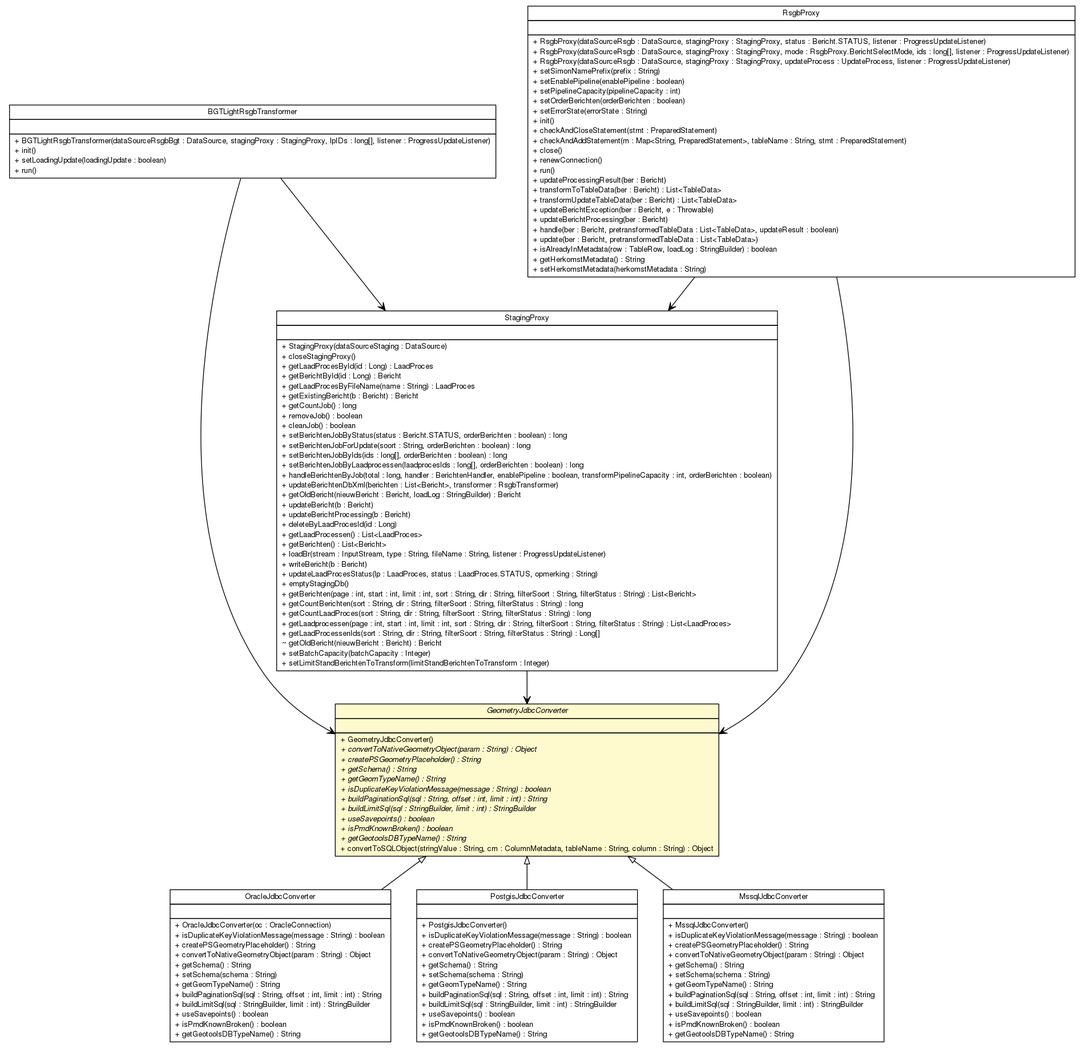
Before: brmo-loader/apidocs/nl/b3p/brmo/loader/jdbc/GeometryJdbcConverter.png, a diagram exported from Graphviz (B3Partners/brmo). Its source is kept beside it as brmo-loader/apidocs/nl/b3p/brmo/loader/jdbc/GeometryJdbcConverter.dot.
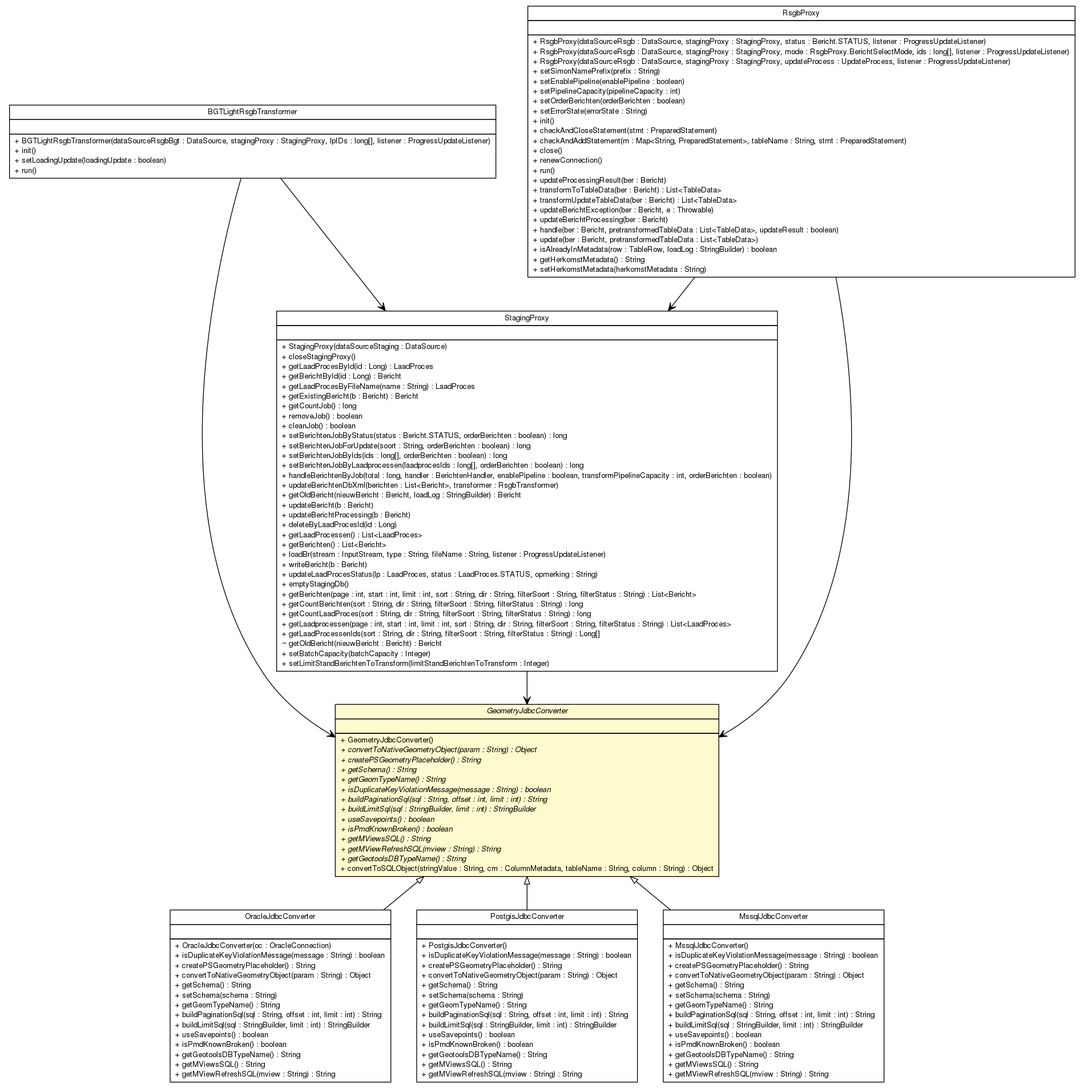
The same diagram one commit later.

Change to the diagram source:
```diff
@@ -115,6 +115,8 @@
 <tr><td align="left" balign="left"> + useSavepoints() : boolean </td></tr>
 <tr><td align="left" balign="left"> + isPmdKnownBroken() : boolean </td></tr>
 <tr><td align="left" balign="left"> + getGeotoolsDBTypeName() : String </td></tr>
+<tr><td align="left" balign="left"> + getMViewsSQL() : String </td></tr>
+<tr><td align="left" balign="left"> + getMViewRefreshSQL(mview : String) : String </td></tr>
 		</table></td></tr>
 		</table>>, URL="./OracleJdbcConverter.html", fontname="Helvetica", fontcolor="black", fontsize=10.0];
 	c1612 [label=<<table title="nl.b3p.brmo.loader.jdbc.GeometryJdbcConverter" border="0" cellborder="1" cellspacing="0" cellpadding="2" port="p" bgcolor="lemonChiffon" href="./GeometryJdbcConverter.html">
@@ -135,6 +137,8 @@
 <tr><td align="left" balign="left"><font face="Helvetica-Oblique" point-size="10.0"> + buildLimitSql(sql : StringBuilder, limit : int) : StringBuilder </font></td></tr>
 <tr><td align="left" balign="left"><font face="Helvetica-Oblique" point-size="10.0"> + useSavepoints() : boolean </font></td></tr>
 <tr><td align="left" balign="left"><font face="Helvetica-Oblique" point-size="10.0"> + isPmdKnownBroken() : boolean </font></td></tr>
+<tr><td align="left" balign="left"><font face="Helvetica-Oblique" point-size="10.0"> + getMViewsSQL() : String </font></td></tr>
+<tr><td align="left" balign="left"><font face="Helvetica-Oblique" point-size="10.0"> + getMViewRefreshSQL(mview : String) : String </font></td></tr>
 <tr><td align="left" balign="left"><font face="Helvetica-Oblique" point-size="10.0"> + getGeotoolsDBTypeName() : String </font></td></tr>
 <tr><td align="left" balign="left"> + convertToSQLObject(stringValue : String, cm : ColumnMetadata, tableName : String, column : String) : Object </td></tr>
 		</table></td></tr>
@@ -159,6 +163,8 @@
 <tr><td align="left" balign="left"> + useSavepoints() : boolean </td></tr>
 <tr><td align="left" balign="left"> + isPmdKnownBroken() : boolean </td></tr>
 <tr><td align="left" balign="left"> + getGeotoolsDBTypeName() : String </td></tr>
+<tr><td align="left" balign="left"> + getMViewsSQL() : String </td></tr>
+<tr><td align="left" balign="left"> + getMViewRefreshSQL(mview : String) : String </td></tr>
 		</table></td></tr>
 		</table>>, URL="./PostgisJdbcConverter.html", fontname="Helvetica", fontcolor="black", fontsize=10.0];
 	c1617 [label=<<table title="nl.b3p.brmo.loader.jdbc.MssqlJdbcConverter" border="0" cellborder="1" cellspacing="0" cellpadding="2" port="p" href="./MssqlJdbcConverter.html">
@@ -181,6 +187,8 @@
 <tr><td align="left" balign="left"> + useSavepoints() : boolean </td></tr>
 <tr><td align="left" balign="left"> + isPmdKnownBroken() : boolean </td></tr>
 <tr><td align="left" balign="left"> + getGeotoolsDBTypeName() : String </td></tr>
+<tr><td align="left" balign="left"> + getMViewsSQL() : String </td></tr>
+<tr><td align="left" balign="left"> + getMViewRefreshSQL(mview : String) : String </td></tr>
 		</table></td></tr>
 		</table>>, URL="./MssqlJdbcConverter.html", fontname="Helvetica", fontcolor="black", fontsize=10.0];
 	c1612:p -> c1611:p [dir=back,arrowtail=empty];
```
